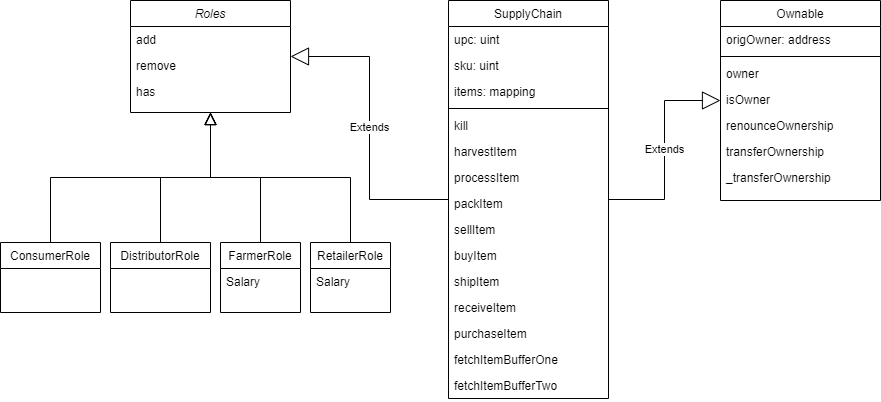
The draw.io diagram class.drawio.png in burglauer2kx/udacity-blockchain-project3, before a commit. Source tidied: cells renumbered, new cells last; positions are measured from the earlier drawing's top-left corner, leaving out a move shared by most shapes. The source it was exported from:
```xml
<mxGraphModel>
  <root>
    <mxCell id="0" />
    <mxCell id="1" parent="0" />
    <mxCell id="2" value="Roles" style="swimlane;fontStyle=2;align=center;verticalAlign=top;horizontal=1;startSize=26;rounded=0;shadow=0;strokeWidth=1;" parent="1" vertex="1">
      <mxGeometry x="130" width="160" height="112" as="geometry" />
    </mxCell>
    <mxCell id="3" value="add" style="text;align=left;verticalAlign=top;spacingLeft=4;spacingRight=4;overflow=hidden;" parent="2" vertex="1">
      <mxGeometry y="26" width="160" height="26" as="geometry" />
    </mxCell>
    <mxCell id="4" value="remove" style="text;align=left;verticalAlign=top;spacingLeft=4;spacingRight=4;overflow=hidden;" parent="2" vertex="1">
      <mxGeometry y="52" width="160" height="26" as="geometry" />
    </mxCell>
    <mxCell id="5" value="has" style="text;align=left;verticalAlign=top;spacingLeft=4;spacingRight=4;overflow=hidden;" parent="2" vertex="1">
      <mxGeometry y="78" width="160" height="26" as="geometry" />
    </mxCell>
    <mxCell id="6" value="ConsumerRole" style="swimlane;fontStyle=0;align=center;verticalAlign=top;horizontal=1;startSize=26;rounded=0;shadow=0;strokeWidth=1;" parent="1" vertex="1">
      <mxGeometry y="242" width="100" height="70" as="geometry" />
    </mxCell>
    <mxCell id="7" style="endArrow=block;endSize=10;endFill=0;shadow=0;strokeWidth=1;rounded=0;edgeStyle=elbowEdgeStyle;elbow=vertical;" parent="1" edge="1" source="6" target="2">
      <mxGeometry relative="1" as="geometry" />
    </mxCell>
    <mxCell id="8" value="DistributorRole" style="swimlane;fontStyle=0;align=center;verticalAlign=top;horizontal=1;startSize=26;rounded=0;shadow=0;strokeWidth=1;" parent="1" vertex="1">
      <mxGeometry x="110" y="242" width="100" height="70" as="geometry" />
    </mxCell>
    <mxCell id="9" style="endArrow=block;endSize=10;endFill=0;shadow=0;strokeWidth=1;rounded=0;edgeStyle=elbowEdgeStyle;elbow=vertical;" parent="1" edge="1" source="8" target="2">
      <mxGeometry relative="1" as="geometry" />
    </mxCell>
    <mxCell id="10" value="SupplyChain" style="swimlane;fontStyle=0;align=center;verticalAlign=top;horizontal=1;startSize=26;rounded=0;shadow=0;strokeWidth=1;" parent="1" vertex="1">
      <mxGeometry x="448" width="160" height="398" as="geometry" />
    </mxCell>
    <mxCell id="11" value="upc: uint" style="text;align=left;verticalAlign=top;spacingLeft=4;spacingRight=4;overflow=hidden;" parent="10" vertex="1">
      <mxGeometry y="26" width="160" height="26" as="geometry" />
    </mxCell>
    <mxCell id="12" value="sku: uint" style="text;align=left;verticalAlign=top;spacingLeft=4;spacingRight=4;overflow=hidden;rounded=0;shadow=0;html=0;" parent="10" vertex="1">
      <mxGeometry y="52" width="160" height="26" as="geometry" />
    </mxCell>
    <mxCell id="13" value="items: mapping" style="text;align=left;verticalAlign=top;spacingLeft=4;spacingRight=4;overflow=hidden;rounded=0;shadow=0;html=0;" parent="10" vertex="1">
      <mxGeometry y="78" width="160" height="26" as="geometry" />
    </mxCell>
    <mxCell id="14" style="line;html=1;strokeWidth=1;align=left;verticalAlign=middle;spacingTop=-1;spacingLeft=3;spacingRight=3;labelPosition=right;" parent="10" vertex="1">
      <mxGeometry y="104" width="160" height="8" as="geometry" />
    </mxCell>
    <mxCell id="15" value="kill" style="text;align=left;verticalAlign=top;spacingLeft=4;spacingRight=4;overflow=hidden;" parent="10" vertex="1">
      <mxGeometry y="112" width="160" height="26" as="geometry" />
    </mxCell>
    <mxCell id="16" value="harvestItem" style="text;align=left;verticalAlign=top;spacingLeft=4;spacingRight=4;overflow=hidden;" parent="10" vertex="1">
      <mxGeometry y="138" width="160" height="26" as="geometry" />
    </mxCell>
    <mxCell id="17" value="processItem" style="text;align=left;verticalAlign=top;spacingLeft=4;spacingRight=4;overflow=hidden;" parent="10" vertex="1">
      <mxGeometry y="164" width="160" height="26" as="geometry" />
    </mxCell>
    <mxCell id="18" value="packItem" style="text;align=left;verticalAlign=top;spacingLeft=4;spacingRight=4;overflow=hidden;" parent="10" vertex="1">
      <mxGeometry y="190" width="160" height="26" as="geometry" />
    </mxCell>
    <mxCell id="19" value="sellItem" style="text;align=left;verticalAlign=top;spacingLeft=4;spacingRight=4;overflow=hidden;" parent="10" vertex="1">
      <mxGeometry y="216" width="160" height="26" as="geometry" />
    </mxCell>
    <mxCell id="20" value="buyItem" style="text;align=left;verticalAlign=top;spacingLeft=4;spacingRight=4;overflow=hidden;" parent="10" vertex="1">
      <mxGeometry y="242" width="160" height="26" as="geometry" />
    </mxCell>
    <mxCell id="21" value="shipItem" style="text;align=left;verticalAlign=top;spacingLeft=4;spacingRight=4;overflow=hidden;" parent="10" vertex="1">
      <mxGeometry y="268" width="160" height="26" as="geometry" />
    </mxCell>
    <mxCell id="22" value="receiveItem" style="text;align=left;verticalAlign=top;spacingLeft=4;spacingRight=4;overflow=hidden;" parent="10" vertex="1">
      <mxGeometry y="294" width="160" height="26" as="geometry" />
    </mxCell>
    <mxCell id="23" value="purchaseItem" style="text;align=left;verticalAlign=top;spacingLeft=4;spacingRight=4;overflow=hidden;" parent="10" vertex="1">
      <mxGeometry y="320" width="160" height="26" as="geometry" />
    </mxCell>
    <mxCell id="24" value="fetchItemBufferOne" style="text;align=left;verticalAlign=top;spacingLeft=4;spacingRight=4;overflow=hidden;" parent="10" vertex="1">
      <mxGeometry y="346" width="160" height="26" as="geometry" />
    </mxCell>
    <mxCell id="25" value="fetchItemBufferTwo" style="text;align=left;verticalAlign=top;spacingLeft=4;spacingRight=4;overflow=hidden;" parent="10" vertex="1">
      <mxGeometry y="372" width="160" height="26" as="geometry" />
    </mxCell>
    <mxCell id="26" value="Extends" style="endArrow=block;endSize=16;endFill=0;html=1;rounded=0;edgeStyle=orthogonalEdgeStyle;" parent="1" edge="1" source="10" target="28">
      <mxGeometry relative="1" as="geometry" />
    </mxCell>
    <mxCell id="27" value="Extends" style="endArrow=block;endSize=16;endFill=0;html=1;rounded=0;edgeStyle=orthogonalEdgeStyle;" parent="1" edge="1" source="10" target="2">
      <mxGeometry relative="1" as="geometry" />
    </mxCell>
    <mxCell id="28" value="Ownable" style="swimlane;fontStyle=0;align=center;verticalAlign=top;horizontal=1;startSize=26;rounded=0;shadow=0;strokeWidth=1;" parent="1" vertex="1">
      <mxGeometry x="720" width="160" height="200" as="geometry" />
    </mxCell>
    <mxCell id="29" value="origOwner: address" style="text;align=left;verticalAlign=top;spacingLeft=4;spacingRight=4;overflow=hidden;" parent="28" vertex="1">
      <mxGeometry y="26" width="160" height="26" as="geometry" />
    </mxCell>
    <mxCell id="30" style="line;html=1;strokeWidth=1;align=left;verticalAlign=middle;spacingTop=-1;spacingLeft=3;spacingRight=3;labelPosition=right;" parent="28" vertex="1">
      <mxGeometry y="52" width="160" height="8" as="geometry" />
    </mxCell>
    <mxCell id="31" value="owner" style="text;align=left;verticalAlign=top;spacingLeft=4;spacingRight=4;overflow=hidden;" parent="28" vertex="1">
      <mxGeometry y="60" width="160" height="26" as="geometry" />
    </mxCell>
    <mxCell id="32" value="isOwner" style="text;align=left;verticalAlign=top;spacingLeft=4;spacingRight=4;overflow=hidden;" parent="28" vertex="1">
      <mxGeometry y="86" width="160" height="26" as="geometry" />
    </mxCell>
    <mxCell id="33" value="renounceOwnership" style="text;align=left;verticalAlign=top;spacingLeft=4;spacingRight=4;overflow=hidden;" parent="28" vertex="1">
      <mxGeometry y="112" width="160" height="26" as="geometry" />
    </mxCell>
    <mxCell id="34" value="transferOwnership" style="text;align=left;verticalAlign=top;spacingLeft=4;spacingRight=4;overflow=hidden;" parent="28" vertex="1">
      <mxGeometry y="138" width="160" height="26" as="geometry" />
    </mxCell>
    <mxCell id="35" value="_transferOwnership" style="text;align=left;verticalAlign=top;spacingLeft=4;spacingRight=4;overflow=hidden;" parent="28" vertex="1">
      <mxGeometry y="164" width="160" height="26" as="geometry" />
    </mxCell>
    <mxCell id="36" value="FarmerRole" style="swimlane;fontStyle=0;align=center;verticalAlign=top;horizontal=1;startSize=26;rounded=0;shadow=0;strokeWidth=1;" parent="1" vertex="1">
      <mxGeometry x="220" y="242" width="80" height="70" as="geometry" />
    </mxCell>
    <mxCell id="37" value="Salary" style="text;align=left;verticalAlign=top;spacingLeft=4;spacingRight=4;overflow=hidden;" parent="36" vertex="1">
      <mxGeometry y="26" width="80" height="26" as="geometry" />
    </mxCell>
    <mxCell id="38" style="endArrow=block;endSize=10;endFill=0;shadow=0;strokeWidth=1;rounded=0;edgeStyle=elbowEdgeStyle;elbow=vertical;" parent="1" edge="1" source="36" target="2">
      <mxGeometry relative="1" as="geometry" />
    </mxCell>
    <mxCell id="39" value="RetailerRole" style="swimlane;fontStyle=0;align=center;verticalAlign=top;horizontal=1;startSize=26;rounded=0;shadow=0;strokeWidth=1;" parent="1" vertex="1">
      <mxGeometry x="310" y="242" width="80" height="70" as="geometry" />
    </mxCell>
    <mxCell id="40" value="Salary" style="text;align=left;verticalAlign=top;spacingLeft=4;spacingRight=4;overflow=hidden;" parent="39" vertex="1">
      <mxGeometry y="26" width="80" height="26" as="geometry" />
    </mxCell>
    <mxCell id="41" style="endArrow=block;endSize=10;endFill=0;shadow=0;strokeWidth=1;rounded=0;edgeStyle=elbowEdgeStyle;elbow=vertical;" parent="1" edge="1" source="39" target="2">
      <mxGeometry relative="1" as="geometry" />
    </mxCell>
  </root>
</mxGraphModel>
```
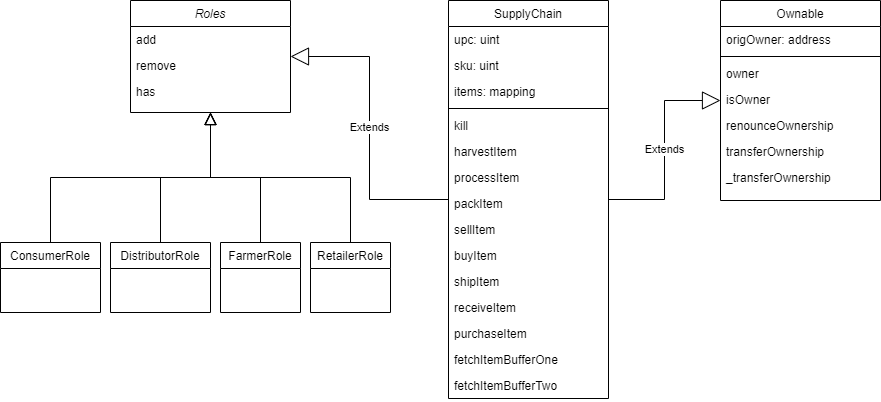
The same diagram one commit later.

The edit, as a diff of the source:
```diff
@@ -107,18 +107,12 @@
     <mxCell id="36" value="FarmerRole" style="swimlane;fontStyle=0;align=center;verticalAlign=top;horizontal=1;startSize=26;rounded=0;shadow=0;strokeWidth=1;" parent="1" vertex="1">
       <mxGeometry x="220" y="242" width="80" height="70" as="geometry" />
     </mxCell>
-    <mxCell id="37" value="Salary" style="text;align=left;verticalAlign=top;spacingLeft=4;spacingRight=4;overflow=hidden;" parent="36" vertex="1">
-      <mxGeometry y="26" width="80" height="26" as="geometry" />
-    </mxCell>
     <mxCell id="38" style="endArrow=block;endSize=10;endFill=0;shadow=0;strokeWidth=1;rounded=0;edgeStyle=elbowEdgeStyle;elbow=vertical;" parent="1" edge="1" source="36" target="2">
       <mxGeometry relative="1" as="geometry" />
     </mxCell>
     <mxCell id="39" value="RetailerRole" style="swimlane;fontStyle=0;align=center;verticalAlign=top;horizontal=1;startSize=26;rounded=0;shadow=0;strokeWidth=1;" parent="1" vertex="1">
       <mxGeometry x="310" y="242" width="80" height="70" as="geometry" />
     </mxCell>
-    <mxCell id="40" value="Salary" style="text;align=left;verticalAlign=top;spacingLeft=4;spacingRight=4;overflow=hidden;" parent="39" vertex="1">
-      <mxGeometry y="26" width="80" height="26" as="geometry" />
-    </mxCell>
     <mxCell id="41" style="endArrow=block;endSize=10;endFill=0;shadow=0;strokeWidth=1;rounded=0;edgeStyle=elbowEdgeStyle;elbow=vertical;" parent="1" edge="1" source="39" target="2">
       <mxGeometry relative="1" as="geometry" />
     </mxCell>
```
